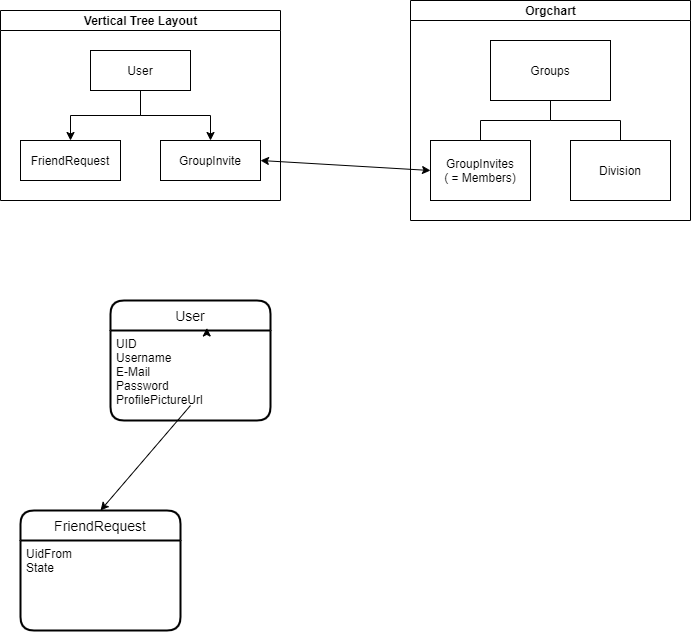
This is FirebaseNoSQLDatabaseRelation.png from eichi36/BeerpongClub, a draw.io export, as it was before one commit. Source tidied: cells renumbered, new cells last; positions are measured from the earlier drawing's top-left corner, leaving out a move shared by most shapes. Its diagram source:
```xml
<mxGraphModel>
  <root>
    <mxCell id="0" />
    <mxCell id="1" parent="0" />
    <mxCell id="2" value="Vertical Tree Layout" style="swimlane;html=1;startSize=20;horizontal=1;horizontalTree=0;containerType=tree;" parent="1" vertex="1">
      <mxGeometry y="10" width="280" height="190" as="geometry" />
    </mxCell>
    <mxCell id="3" value="User" style="whiteSpace=wrap;html=1;" parent="2" vertex="1">
      <mxGeometry x="90" y="40" width="100" height="40" as="geometry" />
    </mxCell>
    <mxCell id="4" value="FriendRequest" style="whiteSpace=wrap;html=1;" parent="2" vertex="1">
      <mxGeometry x="20" y="130" width="100" height="40" as="geometry" />
    </mxCell>
    <mxCell id="5" style="edgeStyle=elbowEdgeStyle;elbow=vertical;html=1;rounded=0;" parent="2" edge="1" source="3" target="4">
      <mxGeometry relative="1" as="geometry" />
    </mxCell>
    <mxCell id="6" value="GroupInvite" style="whiteSpace=wrap;html=1;" parent="2" vertex="1">
      <mxGeometry x="160" y="130" width="100" height="40" as="geometry" />
    </mxCell>
    <mxCell id="7" style="edgeStyle=elbowEdgeStyle;elbow=vertical;html=1;rounded=0;" parent="2" edge="1" source="3" target="6">
      <mxGeometry relative="1" as="geometry" />
    </mxCell>
    <mxCell id="8" style="endArrow=classic;html=1;entryX=0.5;entryY=0;entryDx=0;entryDy=0;" parent="1" edge="1" target="9">
      <mxGeometry relative="1" as="geometry">
        <mxPoint x="190" y="405" as="sourcePoint" />
      </mxGeometry>
    </mxCell>
    <mxCell id="9" value="FriendRequest" style="swimlane;horizontal=1;startSize=30;rounded=1;fontSize=14;fontStyle=0;strokeWidth=2;shadow=0;dashed=0;align=center;" parent="1" vertex="1">
      <mxGeometry x="20" y="510" width="160" height="120" as="geometry" />
    </mxCell>
    <mxCell id="10" value="UidFrom&#10;State" style="align=left;strokeColor=none;fillColor=none;spacingLeft=4;fontSize=12;verticalAlign=top;" parent="9" vertex="1">
      <mxGeometry y="30" width="160" height="90" as="geometry" />
    </mxCell>
    <mxCell id="11" value="User" style="swimlane;horizontal=1;startSize=30;rounded=1;fontSize=14;fontStyle=0;strokeWidth=2;shadow=0;dashed=0;align=center;" parent="1" vertex="1">
      <mxGeometry x="110" y="300" width="160" height="120" as="geometry" />
    </mxCell>
    <mxCell id="12" value="UID&#10;Username&#10;E-Mail&#10;Password&#10;ProfilePictureUrl&#10;" style="align=left;strokeColor=none;fillColor=none;spacingLeft=4;fontSize=12;verticalAlign=top;" parent="11" vertex="1">
      <mxGeometry y="30" width="160" height="90" as="geometry" />
    </mxCell>
    <mxCell id="13" style="edgeStyle=orthogonalEdgeStyle;rounded=0;orthogonalLoop=1;jettySize=auto;html=1;exitX=0.5;exitY=0;exitDx=0;exitDy=0;entryX=0.602;entryY=-0.028;entryDx=0;entryDy=0;entryPerimeter=0;" parent="11" edge="1" source="12" target="12">
      <mxGeometry relative="1" as="geometry" />
    </mxCell>
    <mxCell id="14" value="Orgchart" style="swimlane;html=1;startSize=20;horizontal=1;containerType=tree;newEdgeStyle={&quot;edgeStyle&quot;:&quot;elbowEdgeStyle&quot;,&quot;startArrow&quot;:&quot;none&quot;,&quot;endArrow&quot;:&quot;none&quot;};" parent="1" vertex="1">
      <mxGeometry x="410" width="280" height="220" as="geometry" />
    </mxCell>
    <mxCell id="15" style="edgeStyle=elbowEdgeStyle;elbow=vertical;startArrow=none;endArrow=none;rounded=0;" parent="14" edge="1" source="17" target="18">
      <mxGeometry relative="1" as="geometry" />
    </mxCell>
    <mxCell id="16" style="edgeStyle=elbowEdgeStyle;elbow=vertical;startArrow=none;endArrow=none;rounded=0;" parent="14" edge="1" source="17" target="19">
      <mxGeometry relative="1" as="geometry" />
    </mxCell>
    <mxCell id="17" value="Groups" style="whiteSpace=wrap;html=1;align=center;newEdgeStyle={&quot;edgeStyle&quot;:&quot;elbowEdgeStyle&quot;,&quot;startArrow&quot;:&quot;none&quot;,&quot;endArrow&quot;:&quot;none&quot;};" parent="14" vertex="1">
      <mxGeometry x="80" y="40" width="120" height="60" as="geometry" />
    </mxCell>
    <mxCell id="18" value="GroupInvites&lt;br&gt;( = Members)" style="whiteSpace=wrap;html=1;align=center;verticalAlign=middle;newEdgeStyle={&quot;edgeStyle&quot;:&quot;elbowEdgeStyle&quot;,&quot;startArrow&quot;:&quot;none&quot;,&quot;endArrow&quot;:&quot;none&quot;};" parent="14" vertex="1">
      <mxGeometry x="20" y="140" width="100" height="60" as="geometry" />
    </mxCell>
    <mxCell id="19" value="Division" style="whiteSpace=wrap;html=1;align=center;verticalAlign=middle;newEdgeStyle={&quot;edgeStyle&quot;:&quot;elbowEdgeStyle&quot;,&quot;startArrow&quot;:&quot;none&quot;,&quot;endArrow&quot;:&quot;none&quot;};" parent="14" vertex="1" collapsed="1">
      <mxGeometry x="160" y="140" width="100" height="60" as="geometry" />
    </mxCell>
    <mxCell id="20" style="endArrow=classic;startArrow=classic;html=1;exitX=1;exitY=0.5;exitDx=0;exitDy=0;entryX=0;entryY=0.5;entryDx=0;entryDy=0;" parent="1" edge="1" source="6" target="18">
      <mxGeometry relative="1" as="geometry" />
    </mxCell>
  </root>
</mxGraphModel>
```
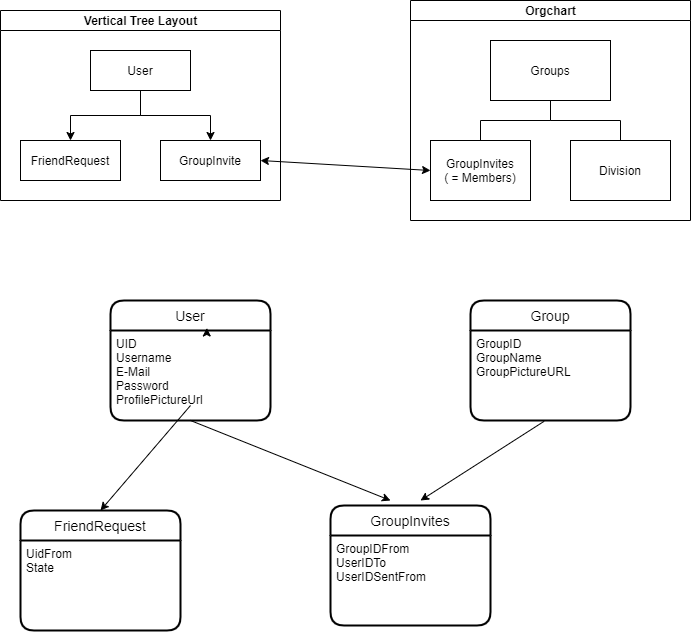
After the change.

Change to the diagram source:
```diff
@@ -61,5 +61,27 @@
     <mxCell id="20" style="endArrow=classic;startArrow=classic;html=1;exitX=1;exitY=0.5;exitDx=0;exitDy=0;entryX=0;entryY=0.5;entryDx=0;entryDy=0;" parent="1" edge="1" source="6" target="18">
       <mxGeometry relative="1" as="geometry" />
     </mxCell>
+    <mxCell id="21" value="GroupInvites" style="swimlane;horizontal=1;startSize=30;rounded=1;fontSize=14;fontStyle=0;strokeWidth=2;shadow=0;dashed=0;align=center;" parent="1" vertex="1">
+      <mxGeometry x="330" y="505" width="160" height="120" as="geometry" />
+    </mxCell>
+    <mxCell id="22" value="GroupIDFrom&#10;UserIDTo&#10;UserIDSentFrom" style="align=left;strokeColor=none;fillColor=none;spacingLeft=4;fontSize=12;verticalAlign=top;" parent="21" vertex="1">
+      <mxGeometry y="30" width="160" height="90" as="geometry" />
+    </mxCell>
+    <mxCell id="23" value="Group" style="swimlane;horizontal=1;startSize=30;rounded=1;fontSize=14;fontStyle=0;strokeWidth=2;shadow=0;dashed=0;align=center;" parent="1" vertex="1">
+      <mxGeometry x="470" y="300" width="160" height="120" as="geometry" />
+    </mxCell>
+    <mxCell id="24" value="GroupID&#10;GroupName&#10;GroupPictureURL" style="align=left;strokeColor=none;fillColor=none;spacingLeft=4;fontSize=12;verticalAlign=top;" parent="23" vertex="1">
+      <mxGeometry y="30" width="160" height="90" as="geometry" />
+    </mxCell>
+    <mxCell id="25" style="endArrow=classic;html=1;exitX=0.5;exitY=1;exitDx=0;exitDy=0;" parent="1" edge="1" source="12">
+      <mxGeometry relative="1" as="geometry">
+        <mxPoint x="390" y="500" as="targetPoint" />
+      </mxGeometry>
+    </mxCell>
+    <mxCell id="26" style="endArrow=classic;html=1;exitX=0.46;exitY=1.009;exitDx=0;exitDy=0;exitPerimeter=0;" parent="1" edge="1" source="24">
+      <mxGeometry relative="1" as="geometry">
+        <mxPoint x="420" y="500" as="targetPoint" />
+      </mxGeometry>
+    </mxCell>
   </root>
 </mxGraphModel>
```
